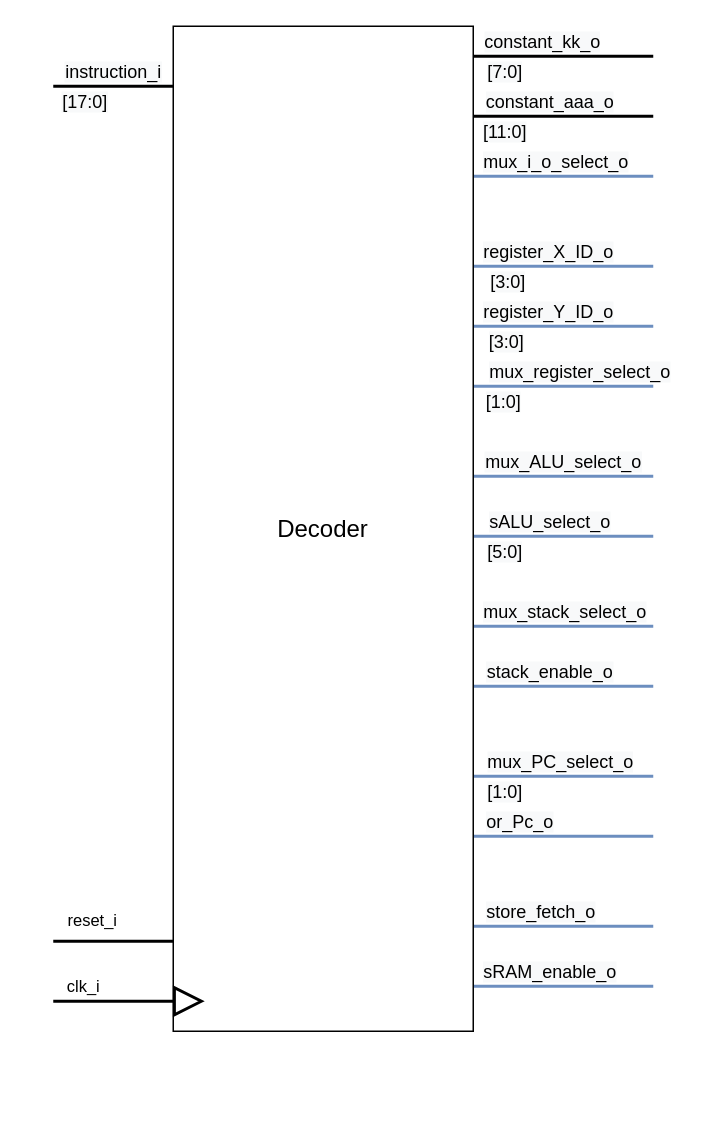
The draw.io diagram Blockbeschreibungen/ID_beschreibung.drawio in graefjk/RO2, before the edit. Source tidied: cells renumbered, new cells numbered last; positions are measured from the earlier drawing's top-left corner, leaving out a move shared by most shapes. Both pictures are drawn from the tidied source at 150%, with x=0, y=0 at pixel (52, 26).
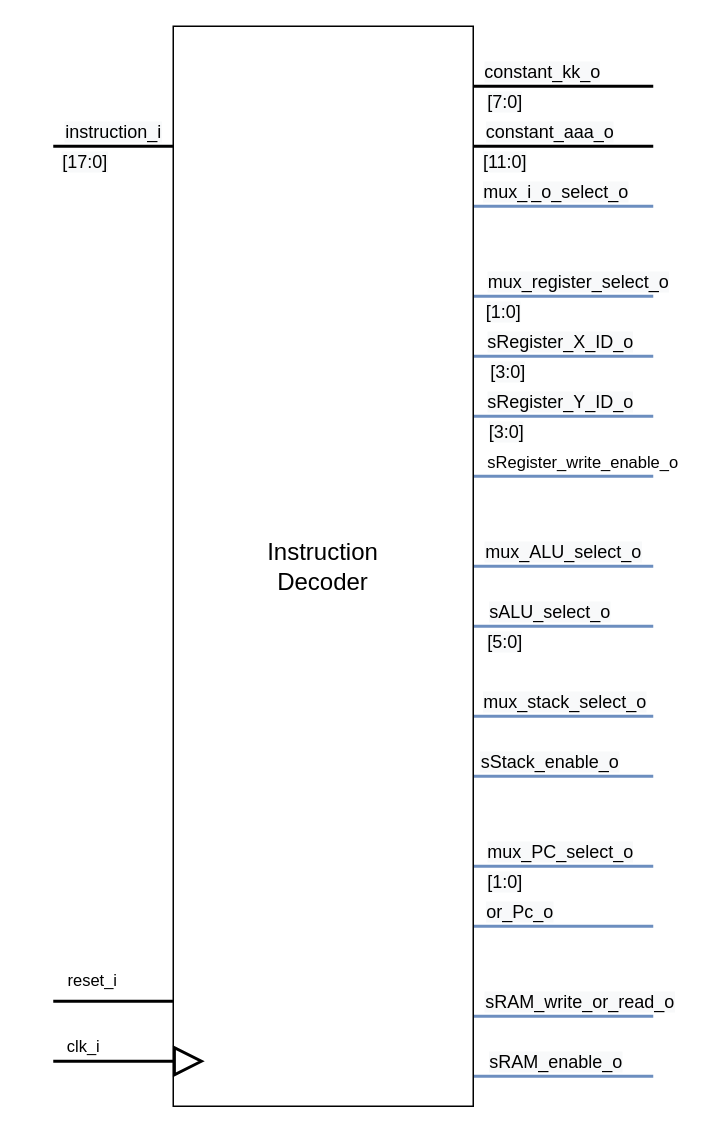
The same diagram, later.

The edit, as a diff of the source:
```diff
@@
     <mxCell id="2" style="edgeStyle=orthogonalEdgeStyle;rounded=0;jettySize=auto;html=1;endArrow=none;endFill=0;strokeWidth=2;" parent="1" edge="1" source="42">
       <mxGeometry relative="1" as="geometry">
-        <mxPoint y="40" as="targetPoint" />
+        <mxPoint y="80" as="targetPoint" />
         <Array as="points">
-          <mxPoint x="60" y="40" />
-          <mxPoint x="60" y="40" />
+          <mxPoint x="60" y="80" />
+          <mxPoint x="60" y="80" />
         </Array>
       </mxGeometry>
     </mxCell>
@@
     <mxCell id="5" style="edgeStyle=orthogonalEdgeStyle;rounded=0;jettySize=auto;html=1;endArrow=none;endFill=0;strokeWidth=2;" parent="1" edge="1" source="42">
       <mxGeometry relative="1" as="geometry">
-        <mxPoint y="610" as="targetPoint" />
+        <mxPoint y="650" as="targetPoint" />
         <Array as="points">
-          <mxPoint x="40" y="610" />
-          <mxPoint x="40" y="610" />
+          <mxPoint x="40" y="650" />
+          <mxPoint x="40" y="650" />
         </Array>
       </mxGeometry>
     </mxCell>
@@
     <mxCell id="7" style="edgeStyle=orthogonalEdgeStyle;rounded=0;jettySize=auto;html=1;endArrow=none;endFill=0;strokeWidth=2;" parent="1" edge="1" source="42">
       <mxGeometry relative="1" as="geometry">
-        <mxPoint x="400" y="20" as="targetPoint" />
+        <mxPoint x="400" y="40" as="targetPoint" />
         <Array as="points">
-          <mxPoint x="300" y="20" />
-          <mxPoint x="300" y="20" />
+          <mxPoint x="350" y="40" />
+          <mxPoint x="350" y="40" />
         </Array>
       </mxGeometry>
     </mxCell>
@@
     <mxCell id="10" style="edgeStyle=orthogonalEdgeStyle;rounded=0;jettySize=auto;html=1;endArrow=none;endFill=0;strokeWidth=2;" parent="1" edge="1" source="42">
       <mxGeometry relative="1" as="geometry">
-        <mxPoint x="400" y="60" as="targetPoint" />
+        <mxPoint x="400" y="80" as="targetPoint" />
         <Array as="points">
-          <mxPoint x="300" y="60" />
-          <mxPoint x="300" y="60" />
+          <mxPoint x="350" y="80" />
+          <mxPoint x="350" y="80" />
         </Array>
       </mxGeometry>
     </mxCell>
@@
     <mxCell id="13" style="edgeStyle=orthogonalEdgeStyle;rounded=0;jettySize=auto;html=1;endArrow=none;endFill=0;strokeWidth=2;fillColor=#dae8fc;strokeColor=#6c8ebf;" parent="1" edge="1" source="42">
       <mxGeometry relative="1" as="geometry">
-        <mxPoint x="400" y="100" as="targetPoint" />
+        <mxPoint x="400" y="120" as="targetPoint" />
         <Array as="points">
-          <mxPoint x="300" y="100" />
-          <mxPoint x="300" y="100" />
+          <mxPoint x="340" y="120" />
+          <mxPoint x="340" y="120" />
         </Array>
       </mxGeometry>
     </mxCell>
@@
     <mxCell id="15" style="edgeStyle=orthogonalEdgeStyle;rounded=0;jettySize=auto;html=1;endArrow=none;endFill=0;strokeWidth=2;fillColor=#dae8fc;strokeColor=#6c8ebf;" parent="1" edge="1" source="42">
       <mxGeometry relative="1" as="geometry">
-        <mxPoint x="400" y="160" as="targetPoint" />
+        <mxPoint x="400" y="220" as="targetPoint" />
         <Array as="points">
-          <mxPoint x="360" y="160" />
-          <mxPoint x="360" y="160" />
+          <mxPoint x="390" y="220" />
+          <mxPoint x="390" y="220" />
         </Array>
       </mxGeometry>
     </mxCell>
-    <mxCell id="16" value="&lt;span style=&quot;font-size: 12px ; background-color: rgb(248 , 249 , 250)&quot;&gt;register_X_ID_o&lt;/span&gt;" style="edgeLabel;html=1;align=center;verticalAlign=middle;" parent="15" vertex="1">
+    <mxCell id="16" value="&lt;span style=&quot;font-size: 12px ; background-color: rgb(248 , 249 , 250)&quot;&gt;sRegister_X_ID_o&lt;/span&gt;" style="edgeLabel;html=1;align=center;verticalAlign=middle;" parent="15" vertex="1">
       <mxGeometry x="-0.75" y="-2" relative="1" as="geometry">
-        <mxPoint x="34.8" y="-12" as="offset" />
+        <mxPoint x="42.6" y="-12" as="offset" />
       </mxGeometry>
     </mxCell>
@@
     <mxCell id="18" style="edgeStyle=orthogonalEdgeStyle;rounded=0;jettySize=auto;html=1;endArrow=none;endFill=0;strokeWidth=2;fillColor=#dae8fc;strokeColor=#6c8ebf;" parent="1" edge="1" source="42">
       <mxGeometry relative="1" as="geometry">
-        <mxPoint x="400" y="200" as="targetPoint" />
+        <mxPoint x="400" y="260" as="targetPoint" />
         <Array as="points">
-          <mxPoint x="360" y="200" />
-          <mxPoint x="360" y="200" />
+          <mxPoint x="390" y="260" />
+          <mxPoint x="390" y="260" />
         </Array>
       </mxGeometry>
     </mxCell>
-    <mxCell id="19" value="&lt;span style=&quot;font-size: 12px ; background-color: rgb(248 , 249 , 250)&quot;&gt;register_Y_ID_o&lt;/span&gt;" style="edgeLabel;html=1;align=center;verticalAlign=middle;" parent="18" vertex="1">
+    <mxCell id="19" value="&lt;span style=&quot;font-size: 12px ; background-color: rgb(248 , 249 , 250)&quot;&gt;sRegister_Y_ID_o&lt;/span&gt;" style="edgeLabel;html=1;align=center;verticalAlign=middle;" parent="18" vertex="1">
       <mxGeometry x="-0.76" y="-1" relative="1" as="geometry">
-        <mxPoint x="35.5" y="-11" as="offset" />
+        <mxPoint x="43.7" y="-11" as="offset" />
       </mxGeometry>
     </mxCell>
@@
     <mxCell id="21" style="edgeStyle=orthogonalEdgeStyle;rounded=0;jettySize=auto;html=1;endArrow=none;endFill=0;strokeWidth=2;fillColor=#dae8fc;strokeColor=#6c8ebf;" parent="1" edge="1" source="42">
       <mxGeometry relative="1" as="geometry">
-        <mxPoint x="400" y="240" as="targetPoint" />
+        <mxPoint x="400" y="180" as="targetPoint" />
         <Array as="points">
-          <mxPoint x="360" y="240" />
-          <mxPoint x="360" y="240" />
+          <mxPoint x="380" y="180" />
+          <mxPoint x="380" y="180" />
         </Array>
       </mxGeometry>
     </mxCell>
     <mxCell id="22" value="&lt;span style=&quot;font-size: 12px ; background-color: rgb(248 , 249 , 250)&quot;&gt;mux_register_select_o&lt;/span&gt;" style="edgeLabel;html=1;align=center;verticalAlign=middle;" parent="21" vertex="1">
       <mxGeometry x="-0.72" y="-2" relative="1" as="geometry">
-        <mxPoint x="53.5" y="-12" as="offset" />
+        <mxPoint x="52.5" y="-12" as="offset" />
       </mxGeometry>
     </mxCell>
@@
     <mxCell id="24" style="edgeStyle=orthogonalEdgeStyle;rounded=0;jettySize=auto;html=1;endArrow=none;endFill=0;strokeWidth=2;fillColor=#dae8fc;strokeColor=#6c8ebf;" parent="1" edge="1" source="42">
       <mxGeometry relative="1" as="geometry">
-        <mxPoint x="400" y="300" as="targetPoint" />
+        <mxPoint x="400" y="360" as="targetPoint" />
         <Array as="points">
-          <mxPoint x="310" y="300" />
-          <mxPoint x="310" y="300" />
+          <mxPoint x="360" y="360" />
+          <mxPoint x="360" y="360" />
         </Array>
       </mxGeometry>
     </mxCell>
@@
     <mxCell id="26" style="edgeStyle=orthogonalEdgeStyle;rounded=0;jettySize=auto;html=1;endArrow=none;endFill=0;strokeWidth=2;fillColor=#dae8fc;strokeColor=#6c8ebf;" parent="1" edge="1" source="42">
       <mxGeometry relative="1" as="geometry">
-        <mxPoint x="400" y="340" as="targetPoint" />
+        <mxPoint x="400" y="400" as="targetPoint" />
         <Array as="points">
-          <mxPoint x="310" y="340" />
-          <mxPoint x="310" y="340" />
+          <mxPoint x="350" y="400" />
+          <mxPoint x="350" y="400" />
         </Array>
       </mxGeometry>
     </mxCell>
@@
     <mxCell id="29" style="edgeStyle=orthogonalEdgeStyle;rounded=0;jettySize=auto;html=1;endArrow=none;endFill=0;strokeWidth=2;fillColor=#dae8fc;strokeColor=#6c8ebf;" parent="1" edge="1" source="42">
       <mxGeometry relative="1" as="geometry">
-        <mxPoint x="400" y="400" as="targetPoint" />
+        <mxPoint x="400" y="460" as="targetPoint" />
         <Array as="points">
-          <mxPoint x="320" y="400" />
-          <mxPoint x="320" y="400" />
+          <mxPoint x="360" y="460" />
+          <mxPoint x="360" y="460" />
         </Array>
       </mxGeometry>
     </mxCell>
@@
     <mxCell id="31" style="edgeStyle=orthogonalEdgeStyle;rounded=0;jettySize=auto;html=1;endArrow=none;endFill=0;strokeWidth=2;fillColor=#dae8fc;strokeColor=#6c8ebf;" parent="1" edge="1" source="42">
       <mxGeometry relative="1" as="geometry">
-        <mxPoint x="400" y="440" as="targetPoint" />
+        <mxPoint x="400" y="500" as="targetPoint" />
         <Array as="points">
-          <mxPoint x="320" y="440" />
-          <mxPoint x="320" y="440" />
+          <mxPoint x="360" y="500" />
+          <mxPoint x="360" y="500" />
         </Array>
       </mxGeometry>
     </mxCell>
-    <mxCell id="32" value="&lt;span style=&quot;font-size: 12px ; background-color: rgb(248 , 249 , 250)&quot;&gt;stack_enable_o&lt;/span&gt;" style="edgeLabel;html=1;align=center;verticalAlign=middle;" parent="31" vertex="1">
+    <mxCell id="32" value="&lt;span style=&quot;font-size: 12px ; background-color: rgb(248 , 249 , 250)&quot;&gt;sStack_enable_o&lt;/span&gt;" style="edgeLabel;html=1;align=center;verticalAlign=middle;" parent="31" vertex="1">
       <mxGeometry x="-0.33" y="20" relative="1" as="geometry">
         <mxPoint x="10" y="10" as="offset" />
       </mxGeometry>
     </mxCell>
     <mxCell id="33" style="edgeStyle=orthogonalEdgeStyle;rounded=0;jettySize=auto;html=1;endArrow=none;endFill=0;strokeWidth=2;fillColor=#dae8fc;strokeColor=#6c8ebf;" parent="1" edge="1" source="42">
       <mxGeometry relative="1" as="geometry">
-        <mxPoint x="400" y="500" as="targetPoint" />
+        <mxPoint x="400" y="560" as="targetPoint" />
         <Array as="points">
-          <mxPoint x="360" y="500" />
-          <mxPoint x="360" y="500" />
+          <mxPoint x="380" y="560" />
+          <mxPoint x="380" y="560" />
         </Array>
       </mxGeometry>
     </mxCell>
@@
     <mxCell id="36" style="edgeStyle=orthogonalEdgeStyle;rounded=0;jettySize=auto;html=1;endArrow=none;endFill=0;strokeWidth=2;fillColor=#dae8fc;strokeColor=#6c8ebf;" parent="1" edge="1" source="42">
       <mxGeometry relative="1" as="geometry">
-        <mxPoint x="400" y="540" as="targetPoint" />
+        <mxPoint x="400" y="600" as="targetPoint" />
         <Array as="points">
-          <mxPoint x="320" y="540" />
-          <mxPoint x="320" y="540" />
+          <mxPoint x="360" y="600" />
+          <mxPoint x="360" y="600" />
         </Array>
       </mxGeometry>
     </mxCell>
@@
     <mxCell id="38" style="edgeStyle=orthogonalEdgeStyle;rounded=0;jettySize=auto;html=1;endArrow=none;endFill=0;strokeWidth=2;fillColor=#dae8fc;strokeColor=#6c8ebf;" parent="1" edge="1" source="42">
       <mxGeometry relative="1" as="geometry">
-        <mxPoint x="400" y="600" as="targetPoint" />
+        <mxPoint x="400" y="660" as="targetPoint" />
         <Array as="points">
-          <mxPoint x="360" y="600" />
-          <mxPoint x="360" y="600" />
+          <mxPoint x="380" y="660" />
+          <mxPoint x="380" y="660" />
         </Array>
       </mxGeometry>
     </mxCell>
-    <mxCell id="39" value="&lt;span style=&quot;font-size: 12px ; background-color: rgb(248 , 249 , 250)&quot;&gt;store_fetch_o&lt;/span&gt;" style="edgeLabel;html=1;align=center;verticalAlign=middle;" parent="38" vertex="1">
+    <mxCell id="39" value="&lt;span style=&quot;font-size: 12px ; background-color: rgb(248 , 249 , 250)&quot;&gt;sRAM_write_or_read_o&lt;/span&gt;" style="edgeLabel;html=1;align=center;verticalAlign=middle;" parent="38" vertex="1">
       <mxGeometry x="-0.5" y="11" relative="1" as="geometry">
-        <mxPoint x="14.7" y="1" as="offset" />
+        <mxPoint x="40.7" y="1" as="offset" />
       </mxGeometry>
     </mxCell>
     <mxCell id="40" style="edgeStyle=orthogonalEdgeStyle;rounded=0;jettySize=auto;html=1;endArrow=none;endFill=0;strokeWidth=2;fillColor=#dae8fc;strokeColor=#6c8ebf;" parent="1" edge="1" source="42">
       <mxGeometry relative="1" as="geometry">
-        <mxPoint x="400" y="640" as="targetPoint" />
+        <mxPoint x="400" y="700" as="targetPoint" />
         <Array as="points">
-          <mxPoint x="360" y="640" />
-          <mxPoint x="360" y="640" />
+          <mxPoint x="380" y="700" />
+          <mxPoint x="380" y="700" />
         </Array>
       </mxGeometry>
     </mxCell>
     <mxCell id="41" value="&lt;span style=&quot;font-size: 12px ; background-color: rgb(248 , 249 , 250)&quot;&gt;sRAM_enable_o&lt;/span&gt;" style="edgeLabel;html=1;align=center;verticalAlign=middle;" parent="40" vertex="1">
       <mxGeometry x="-0.68" relative="1" as="geometry">
-        <mxPoint x="31.1" y="-10" as="offset" />
+        <mxPoint x="35.1" y="-10" as="offset" />
       </mxGeometry>
     </mxCell>
+    <mxCell id="44" style="edgeStyle=orthogonalEdgeStyle;rounded=0;jettySize=auto;html=1;strokeWidth=2;endArrow=none;endFill=0;fillColor=#dae8fc;strokeColor=#6c8ebf;" parent="1" edge="1" source="42">
+      <mxGeometry relative="1" as="geometry">
+        <mxPoint x="400" y="300" as="targetPoint" />
+        <Array as="points">
+          <mxPoint x="390" y="300" />
+          <mxPoint x="390" y="300" />
+        </Array>
+      </mxGeometry>
+    </mxCell>
+    <mxCell id="45" value="sRegister_write_enable_o" style="edgeLabel;html=1;align=center;verticalAlign=middle;" parent="44" vertex="1">
+      <mxGeometry x="-0.8" y="-1" relative="1" as="geometry">
+        <mxPoint x="60.6" y="-11" as="offset" />
+      </mxGeometry>
+    </mxCell>
-    <mxCell id="42" value="&lt;font style=&quot;font-size: 16px&quot;&gt;Decoder&lt;/font&gt;" style="rounded=0;whiteSpace=wrap;html=1;" parent="1" vertex="1">
-      <mxGeometry x="80" width="200" height="670" as="geometry" />
+    <mxCell id="42" value="&lt;font style=&quot;font-size: 16px&quot;&gt;Instruction&lt;br&gt;Decoder&lt;/font&gt;" style="rounded=0;whiteSpace=wrap;html=1;" parent="1" vertex="1">
+      <mxGeometry x="80" width="200" height="720" as="geometry" />
     </mxCell>
     <mxCell id="43" value="clk_i" style="endArrow=block;endSize=16;endFill=0;html=1;strokeWidth=2;" parent="1" edge="1">
       <mxGeometry x="-0.6" y="10" relative="1" as="geometry">
-        <mxPoint y="650" as="sourcePoint" />
-        <mxPoint x="101" y="650" as="targetPoint" />
+        <mxPoint y="690" as="sourcePoint" />
+        <mxPoint x="101" y="690" as="targetPoint" />
       </mxGeometry>
     </mxCell>
```
